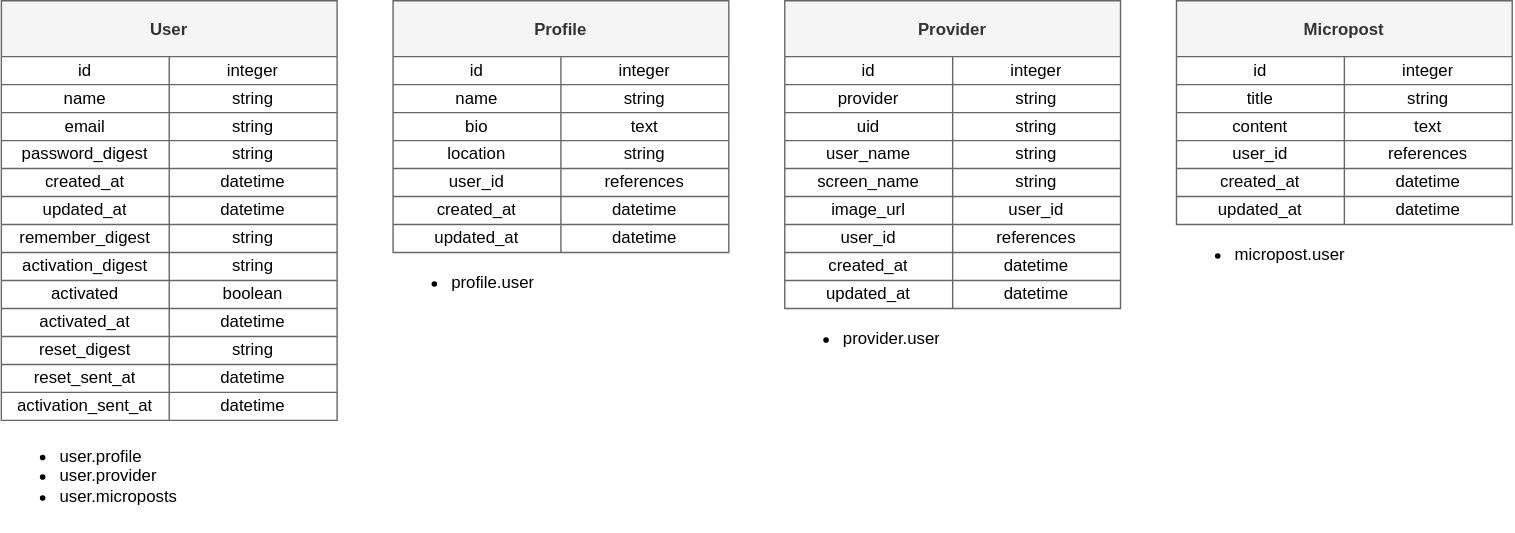
The draw.io diagram doc/images/model-structure.drawio.svg in ittoku703/mizusirazu, before a commit. Source tidied: cells renumbered, new cells last; positions are measured from the earlier drawing's top-left corner, leaving out a move shared by most shapes.
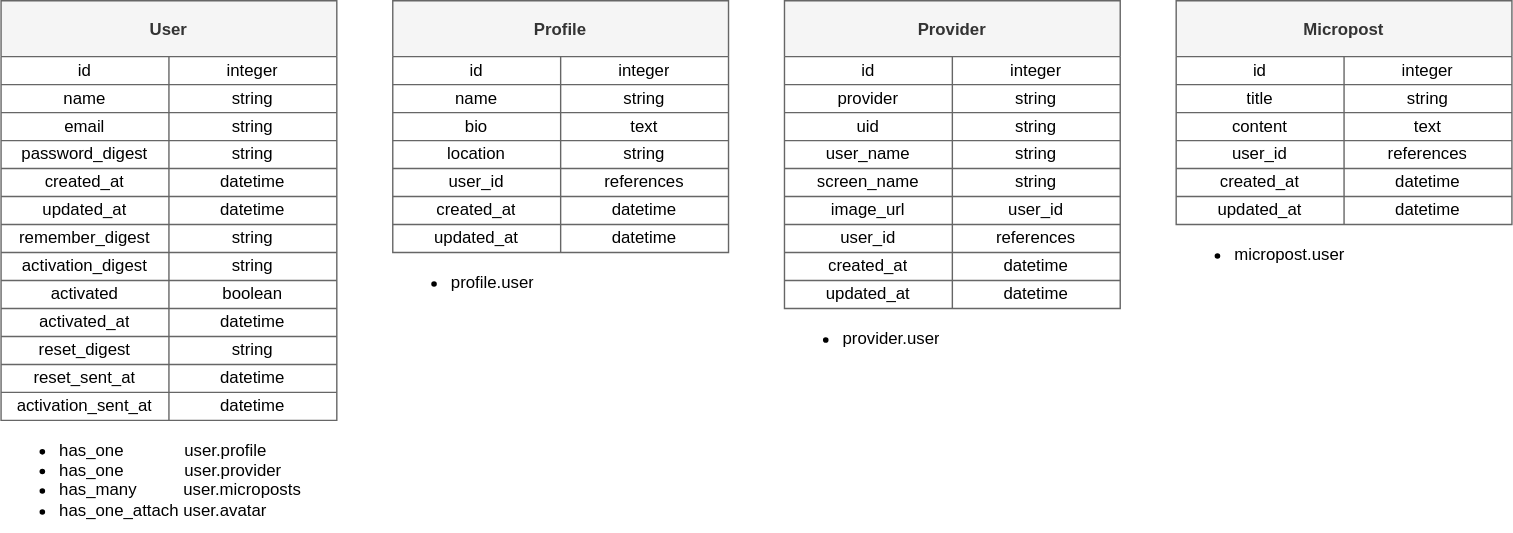
The same file after the commit.

Change to the diagram source:
```diff
@@ -188,7 +188,7 @@
     <mxCell id="63" value="datetime" style="shape=partialRectangle;html=1;whiteSpace=wrap;fillColor=none;top=0;left=0;bottom=0;right=0;overflow=hidden;" parent="61" vertex="1">
       <mxGeometry x="120" width="120" height="20" as="geometry" />
     </mxCell>
-    <mxCell id="64" value="&lt;ul&gt;&lt;li&gt;user.profile&lt;/li&gt;&lt;li&gt;user.provider&lt;/li&gt;&lt;li&gt;user.microposts&lt;/li&gt;&lt;/ul&gt;" style="text;strokeColor=none;fillColor=none;html=1;whiteSpace=wrap;verticalAlign=middle;overflow=hidden;align=left;" parent="1" vertex="1">
+    <mxCell id="64" value="&lt;ul&gt;&lt;li&gt;has_one&amp;nbsp; &amp;nbsp; &amp;nbsp; &amp;nbsp; &amp;nbsp; &amp;nbsp; &amp;nbsp;user.profile&lt;/li&gt;&lt;li&gt;has_one&amp;nbsp; &amp;nbsp; &amp;nbsp; &amp;nbsp; &amp;nbsp; &amp;nbsp; &amp;nbsp;user.provider&lt;/li&gt;&lt;li&gt;has_many&amp;nbsp; &amp;nbsp; &amp;nbsp; &amp;nbsp; &amp;nbsp; user.microposts&lt;/li&gt;&lt;li&gt;has_one_attach user.avatar&lt;/li&gt;&lt;/ul&gt;" style="text;strokeColor=none;fillColor=none;html=1;whiteSpace=wrap;verticalAlign=middle;overflow=hidden;align=left;" parent="1" vertex="1">
       <mxGeometry y="300" width="240" height="80" as="geometry" />
     </mxCell>
     <mxCell id="65" value="&lt;ul&gt;&lt;li&gt;profile.user&lt;/li&gt;&lt;/ul&gt;" style="text;strokeColor=none;fillColor=none;html=1;whiteSpace=wrap;verticalAlign=middle;overflow=hidden;align=left;" parent="1" vertex="1">
```
